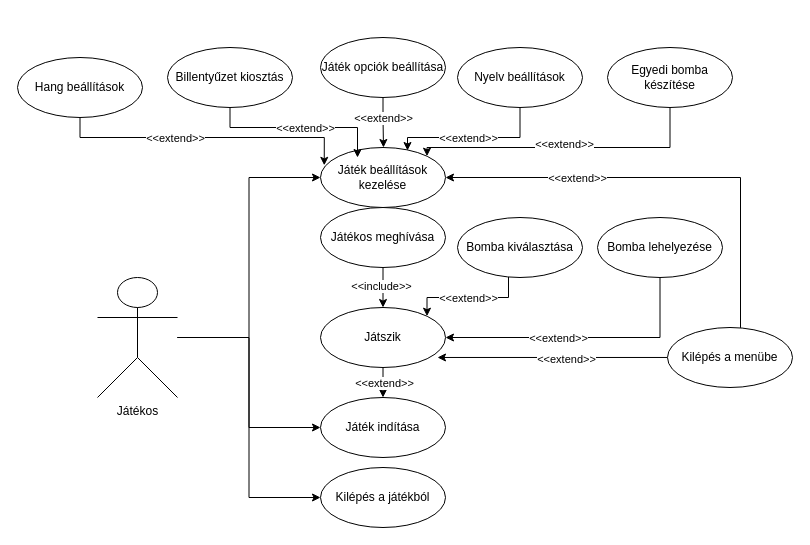
This is Diagrams/use-case-diagram.drawio from patrik3046/Szakdolgozat-Militarized_Zone, a draw.io file, before an edit. Source tidied: cells renumbered, new cells numbered last; positions are measured from the earlier drawing's top-left corner, leaving out a move shared by most shapes. Both pictures are drawn from the tidied source at 100%, with x=0, y=0 at pixel (17, 37).
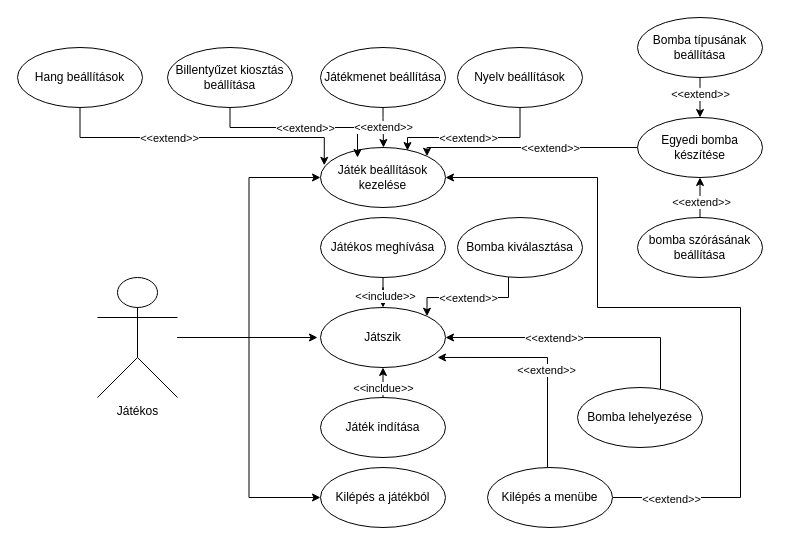
Above is the later version.

Commit message (it also covers changes not shown here):
2 - Use case diagram edited

Unchanged cells that the change refers to:
```xml
<mxCell id="5" value="Játékos" style="shape=umlActor;verticalLabelPosition=bottom;verticalAlign=top;html=1;outlineConnect=0;" parent="1" vertex="1">
  <mxGeometry x="80" y="240" width="80" height="120" as="geometry" />
</mxCell>
<mxCell id="6" value="Játék beállítások kezelése" style="ellipse;whiteSpace=wrap;html=1;" parent="1" vertex="1">
  <mxGeometry x="303" y="110" width="125" height="60" as="geometry" />
</mxCell>
<mxCell id="9" value="Játszik" style="ellipse;whiteSpace=wrap;html=1;" parent="1" vertex="1">
  <mxGeometry x="303" y="270" width="125" height="60" as="geometry" />
</mxCell>
<mxCell id="34" value="Játék indítása" style="ellipse;whiteSpace=wrap;html=1;" parent="1" vertex="1">
  <mxGeometry x="303" y="360" width="125" height="60" as="geometry" />
</mxCell>
```

Diff of the diagram source:
```diff
@@
-    <mxCell id="4" style="edgeStyle=orthogonalEdgeStyle;rounded=0;jettySize=auto;html=1;entryX=0;entryY=0.5;entryDx=0;entryDy=0;" parent="1" edge="1" source="5" target="34">
-      <mxGeometry relative="1" as="geometry" />
+    <mxCell id="4" style="edgeStyle=orthogonalEdgeStyle;rounded=0;jettySize=auto;html=1;" parent="1" edge="1" source="5">
+      <mxGeometry relative="1" as="geometry">
+        <mxPoint x="300" y="300" as="targetPoint" />
+      </mxGeometry>
     </mxCell>
@@
-    <mxCell id="7" style="edgeStyle=orthogonalEdgeStyle;rounded=0;jettySize=auto;html=1;entryX=0.5;entryY=0;entryDx=0;entryDy=0;" parent="1" edge="1" source="9" target="34">
-      <mxGeometry relative="1" as="geometry">
-        <Array as="points">
-          <mxPoint x="366" y="340" />
-          <mxPoint x="366" y="340" />
-        </Array>
-      </mxGeometry>
-    </mxCell>
-    <mxCell id="8" value="&amp;lt;&amp;lt;extend&amp;gt;&amp;gt;" style="edgeLabel;html=1;align=center;verticalAlign=middle;" parent="7" vertex="1">
-      <mxGeometry y="1" relative="1" as="geometry" />
-    </mxCell>
@@
     <mxCell id="13" value="Hang beállítások" style="ellipse;whiteSpace=wrap;html=1;" parent="1" vertex="1">
-      <mxGeometry y="20" width="125" height="60" as="geometry" />
+      <mxGeometry y="10" width="125" height="60" as="geometry" />
     </mxCell>
@@
-    <mxCell id="19" value="Billentyűzet kiosztás" style="ellipse;whiteSpace=wrap;html=1;" parent="1" vertex="1">
+    <mxCell id="19" value="Billentyűzet kiosztás beállítása" style="ellipse;whiteSpace=wrap;html=1;" parent="1" vertex="1">
       <mxGeometry x="150" y="10" width="125" height="60" as="geometry" />
     </mxCell>
-    <mxCell id="20" style="edgeStyle=orthogonalEdgeStyle;rounded=0;jettySize=auto;html=1;entryX=1;entryY=0;entryDx=0;entryDy=0;exitX=0.5;exitY=1;exitDx=0;exitDy=0;" parent="1" edge="1" source="22" target="6">
+    <mxCell id="20" style="edgeStyle=orthogonalEdgeStyle;rounded=0;jettySize=auto;html=1;entryX=1;entryY=0;entryDx=0;entryDy=0;exitX=0;exitY=0.5;exitDx=0;exitDy=0;" parent="1" edge="1" source="22" target="6">
       <mxGeometry relative="1" as="geometry">
         <Array as="points">
-          <mxPoint x="653" y="110" />
           <mxPoint x="410" y="110" />
         </Array>
       </mxGeometry>
     </mxCell>
     <mxCell id="21" value="&amp;lt;&amp;lt;extend&amp;gt;&amp;gt;" style="edgeLabel;html=1;align=center;verticalAlign=middle;" parent="20" vertex="1">
-      <mxGeometry y="-4" relative="1" as="geometry" />
+      <mxGeometry y="-4" relative="1" as="geometry">
+        <mxPoint x="22" y="4" as="offset" />
+      </mxGeometry>
     </mxCell>
     <mxCell id="22" value="Egyedi bomba készítése" style="ellipse;whiteSpace=wrap;html=1;" parent="1" vertex="1">
-      <mxGeometry x="590" y="10" width="125" height="60" as="geometry" />
+      <mxGeometry x="620" y="80" width="125" height="60" as="geometry" />
     </mxCell>
@@
     <mxCell id="28" value="Bomba lehelyezése" style="ellipse;whiteSpace=wrap;html=1;" parent="1" vertex="1">
-      <mxGeometry x="580" y="180" width="125" height="60" as="geometry" />
+      <mxGeometry x="560" y="350" width="125" height="60" as="geometry" />
     </mxCell>
     <mxCell id="29" style="edgeStyle=orthogonalEdgeStyle;rounded=0;jettySize=auto;html=1;entryX=1;entryY=0.5;entryDx=0;entryDy=0;" parent="1" edge="1" source="33" target="6">
       <mxGeometry relative="1" as="geometry">
         <Array as="points">
-          <mxPoint x="723" y="140" />
+          <mxPoint x="723" y="460" />
+          <mxPoint x="723" y="270" />
+          <mxPoint x="580" y="270" />
+          <mxPoint x="580" y="140" />
         </Array>
       </mxGeometry>
     </mxCell>
     <mxCell id="30" value="&amp;lt;&amp;lt;extend&amp;gt;&amp;gt;" style="edgeLabel;html=1;align=center;verticalAlign=middle;" parent="29" vertex="1">
       <mxGeometry x="0.25" y="-2" relative="1" as="geometry">
-        <mxPoint x="-36" y="2" as="offset" />
+        <mxPoint x="71" y="194" as="offset" />
       </mxGeometry>
     </mxCell>
     <mxCell id="31" style="edgeStyle=orthogonalEdgeStyle;rounded=0;jettySize=auto;html=1;entryX=0.936;entryY=0.833;entryDx=0;entryDy=0;entryPerimeter=0;" parent="1" edge="1" source="33" target="9">
-      <mxGeometry relative="1" as="geometry" />
+      <mxGeometry relative="1" as="geometry">
+        <Array as="points">
+          <mxPoint x="530" y="320" />
+        </Array>
+      </mxGeometry>
     </mxCell>
@@
     <mxCell id="33" value="Kilépés a menübe" style="ellipse;whiteSpace=wrap;html=1;" parent="1" vertex="1">
-      <mxGeometry x="650" y="290" width="125" height="60" as="geometry" />
+      <mxGeometry x="470" y="430" width="125" height="60" as="geometry" />
     </mxCell>
+    <mxCell id="41" style="edgeStyle=orthogonalEdgeStyle;rounded=0;jettySize=auto;html=1;entryX=0.5;entryY=1;entryDx=0;entryDy=0;" parent="1" edge="1" source="34" target="9">
+      <mxGeometry relative="1" as="geometry">
+        <Array as="points">
+          <mxPoint x="366" y="350" />
+        </Array>
+      </mxGeometry>
+    </mxCell>
+    <mxCell id="42" value="&amp;lt;&amp;lt;incldue&amp;gt;&amp;gt;" style="edgeLabel;html=1;align=center;verticalAlign=middle;" parent="41" vertex="1">
+      <mxGeometry x="0.2" relative="1" as="geometry">
+        <mxPoint y="8" as="offset" />
+      </mxGeometry>
+    </mxCell>
@@
     <mxCell id="37" value="Játékos meghívása" style="ellipse;whiteSpace=wrap;html=1;" parent="1" vertex="1">
-      <mxGeometry x="303" y="170" width="125" height="60" as="geometry" />
+      <mxGeometry x="303" y="180" width="125" height="60" as="geometry" />
     </mxCell>
@@
-    <mxCell id="40" value="Játék opciók beállítása" style="ellipse;whiteSpace=wrap;html=1;" parent="1" vertex="1">
-      <mxGeometry x="303" width="125" height="60" as="geometry" />
+    <mxCell id="40" value="Játékmenet beállítása" style="ellipse;whiteSpace=wrap;html=1;" parent="1" vertex="1">
+      <mxGeometry x="303" y="10" width="125" height="60" as="geometry" />
     </mxCell>
+    <mxCell id="43" style="edgeStyle=orthogonalEdgeStyle;rounded=0;jettySize=auto;html=1;entryX=0.5;entryY=1;entryDx=0;entryDy=0;" parent="1" edge="1" source="45" target="22">
+      <mxGeometry relative="1" as="geometry">
+        <Array as="points">
+          <mxPoint x="683" y="170" />
+          <mxPoint x="683" y="170" />
+        </Array>
+      </mxGeometry>
+    </mxCell>
+    <mxCell id="44" value="&amp;lt;&amp;lt;extend&amp;gt;&amp;gt;" style="edgeLabel;html=1;align=center;verticalAlign=middle;" parent="43" vertex="1">
+      <mxGeometry x="-0.18" y="-1" relative="1" as="geometry" />
+    </mxCell>
+    <mxCell id="45" value="bomba szórásának beállítása" style="ellipse;whiteSpace=wrap;html=1;" parent="1" vertex="1">
+      <mxGeometry x="620" y="180" width="125" height="60" as="geometry" />
+    </mxCell>
+    <mxCell id="46" style="edgeStyle=orthogonalEdgeStyle;rounded=0;jettySize=auto;html=1;entryX=0.5;entryY=0;entryDx=0;entryDy=0;" parent="1" edge="1" source="48" target="22">
+      <mxGeometry relative="1" as="geometry">
+        <Array as="points">
+          <mxPoint x="683" y="50" />
+          <mxPoint x="683" y="50" />
+        </Array>
+      </mxGeometry>
+    </mxCell>
+    <mxCell id="47" value="&amp;lt;&amp;lt;extend&amp;gt;&amp;gt;" style="edgeLabel;html=1;align=center;verticalAlign=middle;" parent="46" vertex="1">
+      <mxGeometry x="-0.22" relative="1" as="geometry" />
+    </mxCell>
+    <mxCell id="48" value="Bomba típusának beállítása" style="ellipse;whiteSpace=wrap;html=1;" parent="1" vertex="1">
+      <mxGeometry x="620" y="-20" width="125" height="60" as="geometry" />
+    </mxCell>
```
